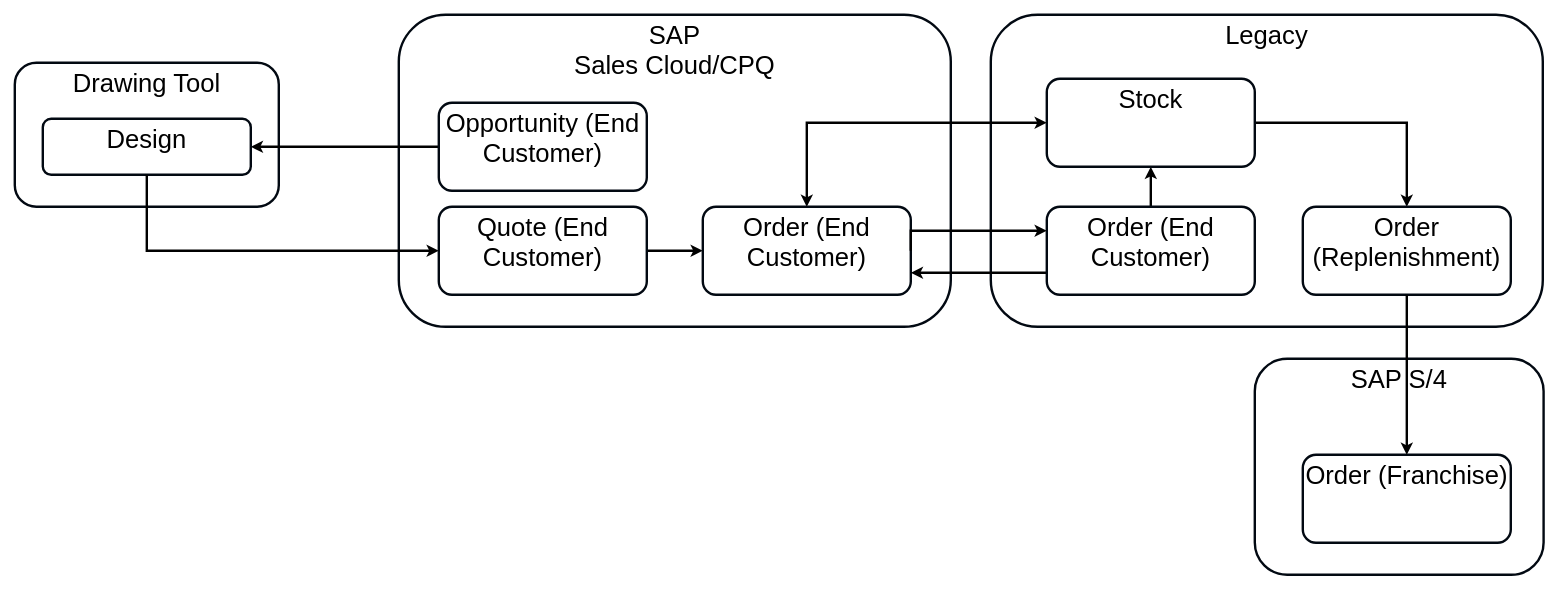
Earlier version of the draw.io diagram page "Quote to Order Flow -Franchise Stock" (9 of 12) of Franchise.drawio (mrf742002/Diagrams). Source tidied: cells renumbered, new cells numbered last; positions are measured from the earlier drawing's top-left corner, leaving out a move shared by most shapes. Both pictures are drawn from the tidied source at 80%, with x=0, y=0 at pixel (14, 14).
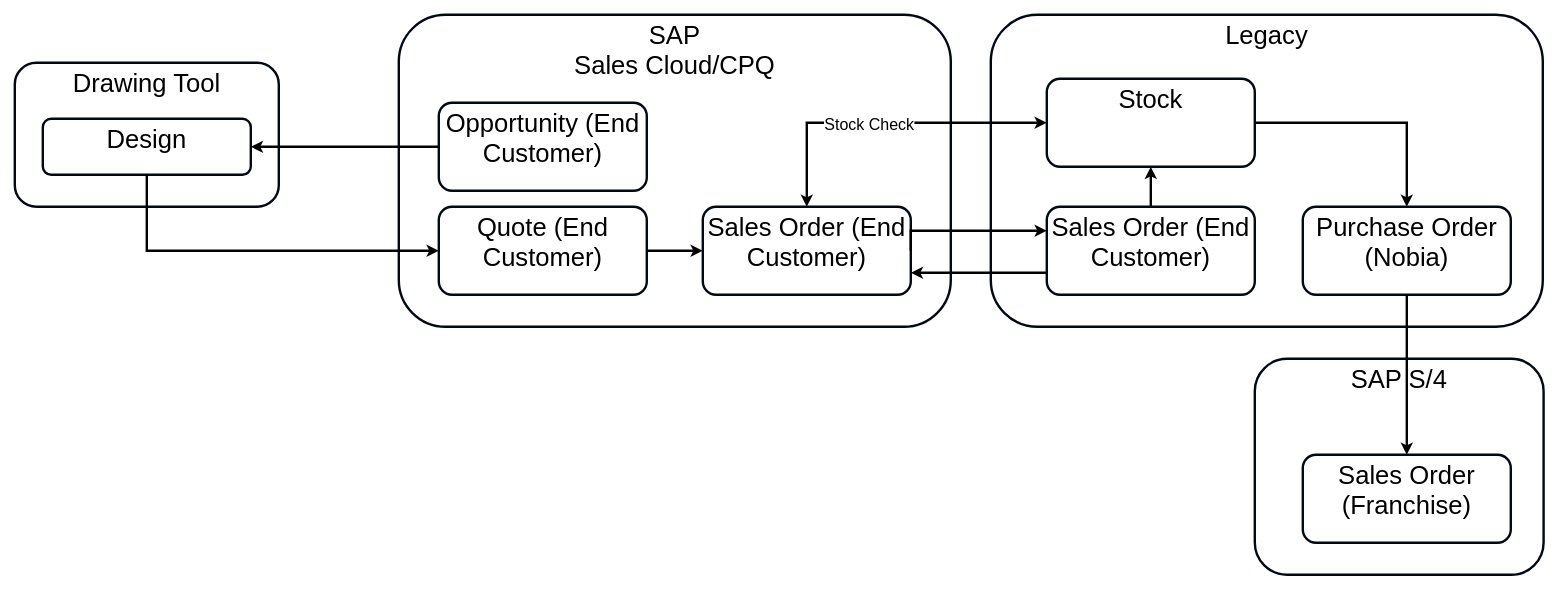
The same page after the edit.

Unchanged cells that the change refers to:
```xml
<mxCell id="21" style="edgeStyle=orthogonalEdgeStyle;rounded=0;jettySize=auto;html=1;exitX=0.5;exitY=0;exitDx=0;exitDy=0;entryX=0;entryY=0.5;entryDx=0;entryDy=0;strokeWidth=3;startArrow=classic;startFill=1;" parent="1" edge="1" source="10" target="16">
  <mxGeometry relative="1" as="geometry" />
</mxCell>
```

The edit, as a diff of the source:
```diff
@@
-    <mxCell id="10" value="&lt;span style=&quot;font-size: 32px&quot;&gt;Order (End Customer)&lt;/span&gt;" style="rounded=1;whiteSpace=wrap;html=1;verticalAlign=top;strokeWidth=3;strokeColor=#020912;" parent="1" vertex="1">
+    <mxCell id="10" value="&lt;span style=&quot;font-size: 32px&quot;&gt;Sales Order (End Customer)&lt;/span&gt;" style="rounded=1;whiteSpace=wrap;html=1;verticalAlign=top;strokeWidth=3;strokeColor=#020912;" parent="1" vertex="1">
       <mxGeometry x="860" y="240" width="260" height="110" as="geometry" />
     </mxCell>
@@
-    <mxCell id="14" value="&lt;span style=&quot;font-size: 32px&quot;&gt;Order (End Customer)&lt;/span&gt;" style="rounded=1;whiteSpace=wrap;html=1;verticalAlign=top;strokeWidth=3;strokeColor=#020912;" parent="1" vertex="1">
+    <mxCell id="14" value="&lt;span style=&quot;font-size: 32px&quot;&gt;Sales Order (End Customer)&lt;/span&gt;" style="rounded=1;whiteSpace=wrap;html=1;verticalAlign=top;strokeWidth=3;strokeColor=#020912;" parent="1" vertex="1">
       <mxGeometry x="1290" y="240" width="260" height="110" as="geometry" />
     </mxCell>
@@
-    <mxCell id="17" value="&lt;span style=&quot;font-size: 32px&quot;&gt;Order (Replenishment)&lt;/span&gt;" style="rounded=1;whiteSpace=wrap;html=1;verticalAlign=top;strokeWidth=3;strokeColor=#020912;" parent="1" vertex="1">
+    <mxCell id="17" value="&lt;span style=&quot;font-size: 32px&quot;&gt;Purchase Order&lt;br&gt;(Nobia)&lt;br&gt;&lt;/span&gt;" style="rounded=1;whiteSpace=wrap;html=1;verticalAlign=top;strokeWidth=3;strokeColor=#020912;" parent="1" vertex="1">
       <mxGeometry x="1610" y="240" width="260" height="110" as="geometry" />
     </mxCell>
@@
-    <mxCell id="19" value="&lt;span style=&quot;font-size: 32px&quot;&gt;Order (Franchise)&lt;/span&gt;" style="rounded=1;whiteSpace=wrap;html=1;verticalAlign=top;strokeWidth=3;strokeColor=#020912;" parent="1" vertex="1">
+    <mxCell id="19" value="&lt;span style=&quot;font-size: 32px&quot;&gt;Sales Order (Franchise)&lt;/span&gt;" style="rounded=1;whiteSpace=wrap;html=1;verticalAlign=top;strokeWidth=3;strokeColor=#020912;" parent="1" vertex="1">
       <mxGeometry x="1610" y="550" width="260" height="110" as="geometry" />
     </mxCell>
@@
+    <mxCell id="23" value="Stock Check" style="edgeLabel;html=1;align=center;verticalAlign=middle;fontSize=20;" parent="21" vertex="1">
+      <mxGeometry x="-0.1" relative="1" as="geometry" />
+    </mxCell>
```
